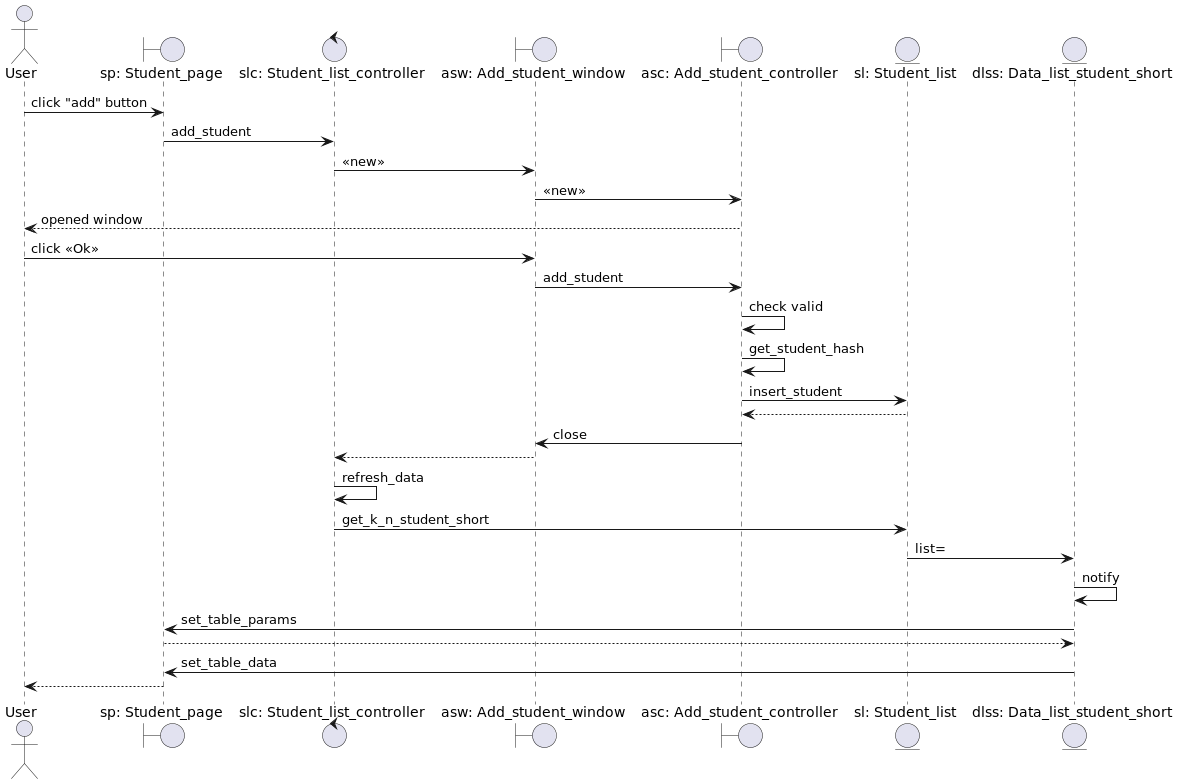
This is Lab2/Student/diagrams/sequence_diagrams/add_student.png from VitalijGolovij/PatternProgLabs, a PlantUML export, as it was before one commit. Its diagram source:
```plantuml
@startuml



actor       User                                as user
boundary    "sp: Student_page"                  as sp
control     "slc: Student_list_controller"      as slc
boundary    "asw: Add_student_window"           as asw
boundary    "asc: Add_student_controller"       as asc
entity      "sl: Student_list"                  as sl
entity      "dlss: Data_list_student_short"     as dlss

user -> sp : click "add" button
sp -> slc : add_student
slc -> asw : <<new>>
asw -> asc : <<new>>
user <-- asc : opened window
user -> asw : click <<Ok>>
asw -> asc : add_student
asc -> asc :check valid
asc -> asc :get_student_hash
asc -> sl : insert_student
asc <-- sl
asw <- asc : close
slc <-- asw
slc -> slc :refresh_data
slc -> sl : get_k_n_student_short
sl -> dlss : list=
dlss -> dlss : notify
sp <- dlss : set_table_params
sp --> dlss
sp <- dlss : set_table_data
user <-- sp
@enduml
```
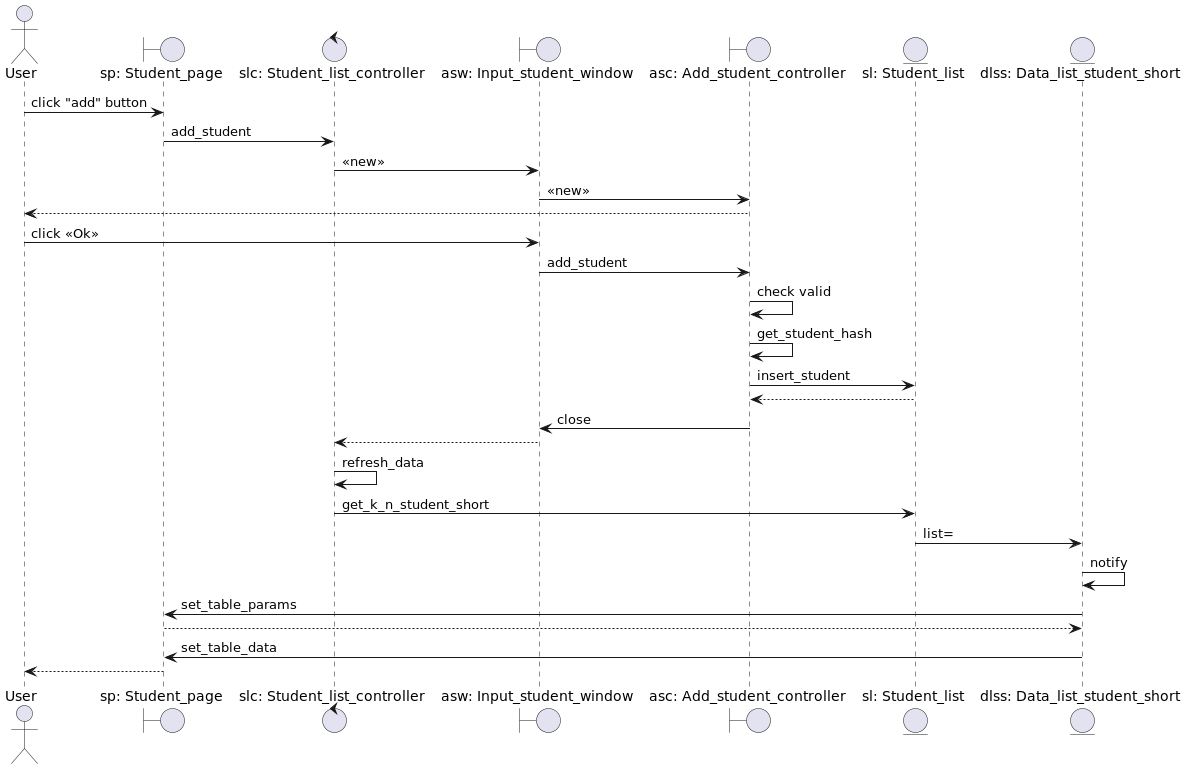
Later version of the same file.

Change to the diagram source:
```diff
@@ -5,7 +5,7 @@
 actor       User                                as user
 boundary    "sp: Student_page"                  as sp
 control     "slc: Student_list_controller"      as slc
-boundary    "asw: Add_student_window"           as asw
+boundary    "asw: Input_student_window"           as asw
 boundary    "asc: Add_student_controller"       as asc
 entity      "sl: Student_list"                  as sl
 entity      "dlss: Data_list_student_short"     as dlss
@@ -14,7 +14,7 @@
 sp -> slc : add_student
 slc -> asw : <<new>>
 asw -> asc : <<new>>
-user <-- asc : opened window
+user <-- asc :
 user -> asw : click <<Ok>>
 asw -> asc : add_student
 asc -> asc :check valid
```
